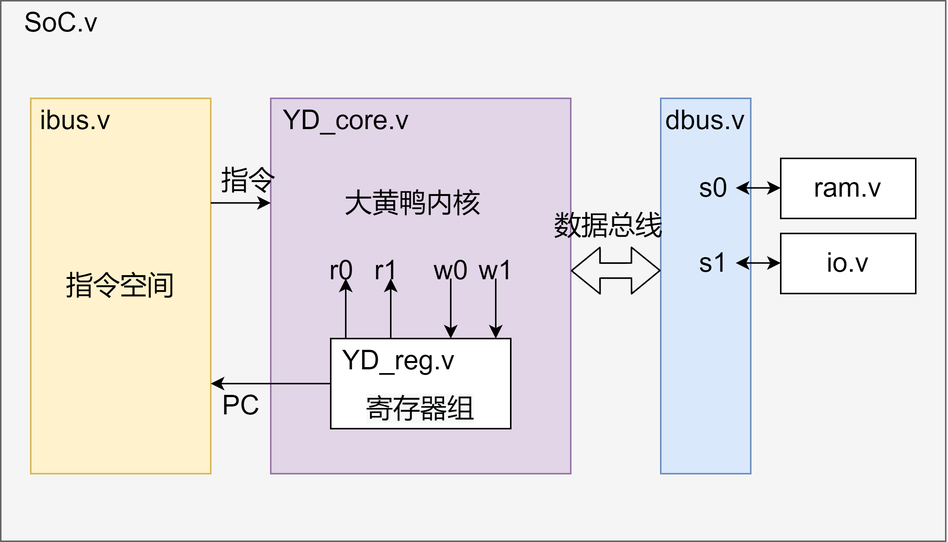
This is pic/png/soc.png from xiaowuzxc/Yduck-processor, a draw.io export, as it was before one commit. Source tidied: cells renumbered, new cells last; positions are measured from the earlier drawing's top-left corner, leaving out a move shared by most shapes. Its diagram source:
```xml
<mxGraphModel>
  <root>
    <mxCell id="0" />
    <mxCell id="1" parent="0" />
    <mxCell id="2" style="rounded=0;whiteSpace=wrap;html=1;fillColor=#f5f5f5;strokeColor=#666666;fontColor=#333333;" parent="1" vertex="1">
      <mxGeometry width="630" height="360" as="geometry" />
    </mxCell>
    <mxCell id="3" value="&lt;font style=&quot;font-size: 18px&quot;&gt;SoC.v&lt;/font&gt;" style="text;html=1;align=center;verticalAlign=middle;strokeColor=none;" parent="1" vertex="1">
      <mxGeometry x="10" y="5" width="60" height="20" as="geometry" />
    </mxCell>
    <mxCell id="4" value="指令空间" style="rounded=0;whiteSpace=wrap;html=1;fontSize=18;fillColor=#fff2cc;strokeColor=#d6b656;" parent="1" vertex="1">
      <mxGeometry x="20" y="65" width="120" height="250" as="geometry" />
    </mxCell>
    <mxCell id="5" style="rounded=0;whiteSpace=wrap;html=1;fontSize=18;fillColor=#dae8fc;strokeColor=#6c8ebf;" parent="1" vertex="1">
      <mxGeometry x="440" y="65" width="60" height="250" as="geometry" />
    </mxCell>
    <mxCell id="6" value="ibus.v" style="text;html=1;strokeColor=none;fillColor=none;align=center;verticalAlign=middle;whiteSpace=wrap;rounded=0;fontSize=18;" parent="1" vertex="1">
      <mxGeometry x="30" y="70" width="40" height="20" as="geometry" />
    </mxCell>
    <mxCell id="7" value="dbus.v" style="text;html=1;strokeColor=none;fillColor=none;align=center;verticalAlign=middle;whiteSpace=wrap;rounded=0;fontSize=18;" parent="1" vertex="1">
      <mxGeometry x="450" y="70" width="40" height="20" as="geometry" />
    </mxCell>
    <mxCell id="8" style="rounded=0;whiteSpace=wrap;html=1;fontSize=18;fillColor=#e1d5e7;strokeColor=#9673a6;" parent="1" vertex="1">
      <mxGeometry x="180" y="65" width="200" height="250" as="geometry" />
    </mxCell>
    <mxCell id="9" style="edgeStyle=orthogonalEdgeStyle;rounded=0;jettySize=auto;html=1;exitX=0;exitY=0.5;exitDx=0;exitDy=0;fontSize=18;entryX=1;entryY=0.76;entryDx=0;entryDy=0;entryPerimeter=0;" parent="1" edge="1" source="10" target="4">
      <mxGeometry relative="1" as="geometry" />
    </mxCell>
    <mxCell id="10" style="rounded=0;whiteSpace=wrap;html=1;fontSize=18;" parent="1" vertex="1">
      <mxGeometry x="220" y="225" width="120" height="60" as="geometry" />
    </mxCell>
    <mxCell id="11" value="大黄鸭内核" style="text;html=1;strokeColor=none;fillColor=none;align=center;verticalAlign=middle;whiteSpace=wrap;rounded=0;fontSize=18;" parent="1" vertex="1">
      <mxGeometry x="220" y="125" width="110" height="20" as="geometry" />
    </mxCell>
    <mxCell id="12" value="YD_core.v" style="text;html=1;align=center;verticalAlign=middle;strokeColor=none;fontSize=18;" parent="1" vertex="1">
      <mxGeometry x="180" y="65" width="100" height="30" as="geometry" />
    </mxCell>
    <mxCell id="13" value="YD_reg.v" style="text;html=1;align=center;verticalAlign=middle;strokeColor=none;fontSize=18;" parent="1" vertex="1">
      <mxGeometry x="220" y="225" width="90" height="30" as="geometry" />
    </mxCell>
    <mxCell id="14" value="&lt;span style=&quot;color: rgb(0, 0, 0); font-family: helvetica; font-size: 18px; font-style: normal; font-weight: 400; letter-spacing: normal; text-align: center; text-indent: 0px; text-transform: none; word-spacing: 0px; background-color: rgb(248, 249, 250); display: inline; float: none;&quot;&gt;寄存器组&lt;/span&gt;" style="text;whiteSpace=wrap;html=1;fontSize=18;" parent="1" vertex="1">
      <mxGeometry x="242" y="255" width="76" height="30" as="geometry" />
    </mxCell>
    <mxCell id="15" style="endArrow=classic;html=1;fontSize=18;" parent="1" edge="1">
      <mxGeometry relative="1" as="geometry">
        <mxPoint x="230" y="225" as="sourcePoint" />
        <mxPoint x="230" y="185" as="targetPoint" />
      </mxGeometry>
    </mxCell>
    <mxCell id="16" style="endArrow=classic;html=1;fontSize=18;" parent="1" edge="1">
      <mxGeometry relative="1" as="geometry">
        <mxPoint x="260" y="225" as="sourcePoint" />
        <mxPoint x="260" y="185" as="targetPoint" />
      </mxGeometry>
    </mxCell>
    <mxCell id="17" style="endArrow=classic;html=1;fontSize=18;" parent="1" edge="1">
      <mxGeometry relative="1" as="geometry">
        <mxPoint x="300" y="185" as="sourcePoint" />
        <mxPoint x="300" y="225" as="targetPoint" />
      </mxGeometry>
    </mxCell>
    <mxCell id="18" style="endArrow=classic;html=1;fontSize=18;" parent="1" edge="1">
      <mxGeometry relative="1" as="geometry">
        <mxPoint x="330" y="185" as="sourcePoint" />
        <mxPoint x="330" y="225" as="targetPoint" />
      </mxGeometry>
    </mxCell>
    <mxCell id="19" value="r0" style="text;html=1;align=center;verticalAlign=middle;strokeColor=none;fontSize=18;" parent="1" vertex="1">
      <mxGeometry x="212" y="165" width="30" height="30" as="geometry" />
    </mxCell>
    <mxCell id="20" value="r1" style="text;html=1;align=center;verticalAlign=middle;strokeColor=none;fontSize=18;" parent="1" vertex="1">
      <mxGeometry x="242" y="165" width="30" height="30" as="geometry" />
    </mxCell>
    <mxCell id="21" value="w0" style="text;html=1;align=center;verticalAlign=middle;strokeColor=none;fontSize=18;" parent="1" vertex="1">
      <mxGeometry x="280" y="165" width="40" height="30" as="geometry" />
    </mxCell>
    <mxCell id="22" value="w1" style="text;html=1;align=center;verticalAlign=middle;strokeColor=none;fontSize=18;" parent="1" vertex="1">
      <mxGeometry x="310" y="165" width="40" height="30" as="geometry" />
    </mxCell>
    <mxCell id="23" value="PC" style="text;html=1;align=center;verticalAlign=middle;strokeColor=none;fontSize=18;" parent="1" vertex="1">
      <mxGeometry x="140" y="255" width="40" height="30" as="geometry" />
    </mxCell>
    <mxCell id="24" style="endArrow=classic;html=1;fontSize=18;" parent="1" edge="1">
      <mxGeometry relative="1" as="geometry">
        <mxPoint x="140" y="134.7" as="sourcePoint" />
        <mxPoint x="180" y="134.7" as="targetPoint" />
      </mxGeometry>
    </mxCell>
    <mxCell id="25" value="指令" style="text;html=1;align=center;verticalAlign=middle;strokeColor=none;fontSize=18;" parent="1" vertex="1">
      <mxGeometry x="140" y="105" width="50" height="30" as="geometry" />
    </mxCell>
    <mxCell id="26" style="shape=flexArrow;endArrow=classic;startArrow=classic;html=1;fontSize=18;" parent="1" edge="1">
      <mxGeometry relative="1" as="geometry">
        <mxPoint x="380" y="179.8" as="sourcePoint" />
        <mxPoint x="440" y="179.7" as="targetPoint" />
      </mxGeometry>
    </mxCell>
    <mxCell id="27" value="数据总线" style="text;html=1;align=center;verticalAlign=middle;strokeColor=none;fontSize=18;" parent="1" vertex="1">
      <mxGeometry x="360" y="135" width="90" height="30" as="geometry" />
    </mxCell>
    <mxCell id="28" value="ram.v" style="rounded=0;whiteSpace=wrap;html=1;fontSize=18;" parent="1" vertex="1">
      <mxGeometry x="520" y="105" width="90" height="40" as="geometry" />
    </mxCell>
    <mxCell id="29" value="io.v" style="rounded=0;whiteSpace=wrap;html=1;fontSize=18;" parent="1" vertex="1">
      <mxGeometry x="520" y="155" width="90" height="40" as="geometry" />
    </mxCell>
    <mxCell id="30" style="endArrow=classic;html=1;fontSize=18;startArrow=classic;startFill=1;" parent="1" edge="1">
      <mxGeometry relative="1" as="geometry">
        <mxPoint x="490" y="124.7" as="sourcePoint" />
        <mxPoint x="520" y="124.7" as="targetPoint" />
      </mxGeometry>
    </mxCell>
    <mxCell id="31" style="endArrow=classic;html=1;fontSize=18;startArrow=classic;startFill=1;" parent="1" edge="1">
      <mxGeometry relative="1" as="geometry">
        <mxPoint x="490" y="174.7" as="sourcePoint" />
        <mxPoint x="520" y="174.7" as="targetPoint" />
      </mxGeometry>
    </mxCell>
    <mxCell id="32" value="s0" style="text;html=1;align=center;verticalAlign=middle;strokeColor=none;fontSize=18;" parent="1" vertex="1">
      <mxGeometry x="460" y="110" width="30" height="30" as="geometry" />
    </mxCell>
    <mxCell id="33" value="s1" style="text;html=1;align=center;verticalAlign=middle;strokeColor=none;fontSize=18;" parent="1" vertex="1">
      <mxGeometry x="460" y="160" width="30" height="30" as="geometry" />
    </mxCell>
  </root>
</mxGraphModel>
```
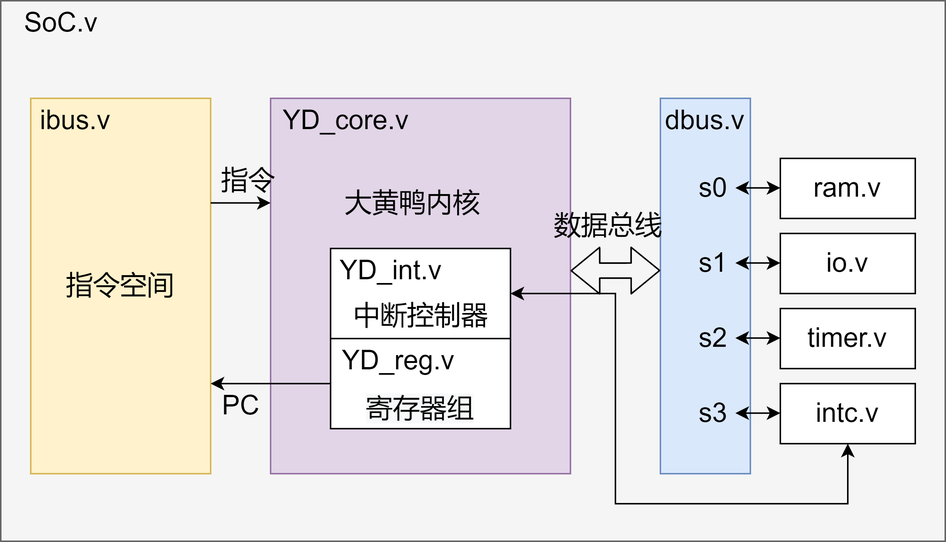
Above is the later version.

Change to the diagram source:
```diff
@@ -41,42 +41,6 @@
     <mxCell id="14" value="&lt;span style=&quot;color: rgb(0, 0, 0); font-family: helvetica; font-size: 18px; font-style: normal; font-weight: 400; letter-spacing: normal; text-align: center; text-indent: 0px; text-transform: none; word-spacing: 0px; background-color: rgb(248, 249, 250); display: inline; float: none;&quot;&gt;寄存器组&lt;/span&gt;" style="text;whiteSpace=wrap;html=1;fontSize=18;" parent="1" vertex="1">
       <mxGeometry x="242" y="255" width="76" height="30" as="geometry" />
     </mxCell>
-    <mxCell id="15" style="endArrow=classic;html=1;fontSize=18;" parent="1" edge="1">
-      <mxGeometry relative="1" as="geometry">
-        <mxPoint x="230" y="225" as="sourcePoint" />
-        <mxPoint x="230" y="185" as="targetPoint" />
-      </mxGeometry>
-    </mxCell>
-    <mxCell id="16" style="endArrow=classic;html=1;fontSize=18;" parent="1" edge="1">
-      <mxGeometry relative="1" as="geometry">
-        <mxPoint x="260" y="225" as="sourcePoint" />
-        <mxPoint x="260" y="185" as="targetPoint" />
-      </mxGeometry>
-    </mxCell>
-    <mxCell id="17" style="endArrow=classic;html=1;fontSize=18;" parent="1" edge="1">
-      <mxGeometry relative="1" as="geometry">
-        <mxPoint x="300" y="185" as="sourcePoint" />
-        <mxPoint x="300" y="225" as="targetPoint" />
-      </mxGeometry>
-    </mxCell>
-    <mxCell id="18" style="endArrow=classic;html=1;fontSize=18;" parent="1" edge="1">
-      <mxGeometry relative="1" as="geometry">
-        <mxPoint x="330" y="185" as="sourcePoint" />
-        <mxPoint x="330" y="225" as="targetPoint" />
-      </mxGeometry>
-    </mxCell>
-    <mxCell id="19" value="r0" style="text;html=1;align=center;verticalAlign=middle;strokeColor=none;fontSize=18;" parent="1" vertex="1">
-      <mxGeometry x="212" y="165" width="30" height="30" as="geometry" />
-    </mxCell>
-    <mxCell id="20" value="r1" style="text;html=1;align=center;verticalAlign=middle;strokeColor=none;fontSize=18;" parent="1" vertex="1">
-      <mxGeometry x="242" y="165" width="30" height="30" as="geometry" />
-    </mxCell>
-    <mxCell id="21" value="w0" style="text;html=1;align=center;verticalAlign=middle;strokeColor=none;fontSize=18;" parent="1" vertex="1">
-      <mxGeometry x="280" y="165" width="40" height="30" as="geometry" />
-    </mxCell>
-    <mxCell id="22" value="w1" style="text;html=1;align=center;verticalAlign=middle;strokeColor=none;fontSize=18;" parent="1" vertex="1">
-      <mxGeometry x="310" y="165" width="40" height="30" as="geometry" />
-    </mxCell>
     <mxCell id="23" value="PC" style="text;html=1;align=center;verticalAlign=middle;strokeColor=none;fontSize=18;" parent="1" vertex="1">
       <mxGeometry x="140" y="255" width="40" height="30" as="geometry" />
     </mxCell>
@@ -122,5 +86,47 @@
     <mxCell id="33" value="s1" style="text;html=1;align=center;verticalAlign=middle;strokeColor=none;fontSize=18;" parent="1" vertex="1">
       <mxGeometry x="460" y="160" width="30" height="30" as="geometry" />
     </mxCell>
+    <mxCell id="34" value="timer.v" style="rounded=0;whiteSpace=wrap;html=1;fontSize=18;" parent="1" vertex="1">
+      <mxGeometry x="520" y="205" width="90" height="40" as="geometry" />
+    </mxCell>
+    <mxCell id="35" value="intc.v" style="rounded=0;whiteSpace=wrap;html=1;fontSize=18;" parent="1" vertex="1">
+      <mxGeometry x="520" y="255" width="90" height="40" as="geometry" />
+    </mxCell>
+    <mxCell id="36" style="endArrow=classic;html=1;fontSize=18;startArrow=classic;startFill=1;" parent="1" edge="1">
+      <mxGeometry relative="1" as="geometry">
+        <mxPoint x="490" y="224.7" as="sourcePoint" />
+        <mxPoint x="520" y="224.7" as="targetPoint" />
+      </mxGeometry>
+    </mxCell>
+    <mxCell id="37" value="s2" style="text;html=1;align=center;verticalAlign=middle;strokeColor=none;fontSize=18;" parent="1" vertex="1">
+      <mxGeometry x="460" y="210" width="30" height="30" as="geometry" />
+    </mxCell>
+    <mxCell id="38" style="endArrow=classic;html=1;fontSize=18;startArrow=classic;startFill=1;" parent="1" edge="1">
+      <mxGeometry relative="1" as="geometry">
+        <mxPoint x="490" y="274.7" as="sourcePoint" />
+        <mxPoint x="520" y="274.7" as="targetPoint" />
+      </mxGeometry>
+    </mxCell>
+    <mxCell id="39" value="s3" style="text;html=1;align=center;verticalAlign=middle;strokeColor=none;fontSize=18;" parent="1" vertex="1">
+      <mxGeometry x="460" y="260" width="30" height="30" as="geometry" />
+    </mxCell>
+    <mxCell id="40" style="edgeStyle=orthogonalEdgeStyle;rounded=0;jettySize=auto;html=1;exitX=1;exitY=0.5;exitDx=0;exitDy=0;entryX=0.5;entryY=1;entryDx=0;entryDy=0;fontSize=18;startArrow=classic;startFill=1;" parent="1" edge="1" source="41" target="35">
+      <mxGeometry relative="1" as="geometry">
+        <Array as="points">
+          <mxPoint x="410" y="195" />
+          <mxPoint x="410" y="335" />
+          <mxPoint x="565" y="335" />
+        </Array>
+      </mxGeometry>
+    </mxCell>
+    <mxCell id="41" style="rounded=0;whiteSpace=wrap;html=1;" parent="1" vertex="1">
+      <mxGeometry x="220" y="165" width="120" height="60" as="geometry" />
+    </mxCell>
+    <mxCell id="42" value="YD_int.v" style="text;html=1;align=center;verticalAlign=middle;strokeColor=none;fillColor=none;fontSize=18;" parent="1" vertex="1">
+      <mxGeometry x="220" y="165" width="80" height="30" as="geometry" />
+    </mxCell>
+    <mxCell id="43" value="中断控制器" style="text;html=1;align=center;verticalAlign=middle;strokeColor=none;fillColor=none;fontSize=18;" parent="1" vertex="1">
+      <mxGeometry x="225" y="195" width="110" height="30" as="geometry" />
+    </mxCell>
   </root>
 </mxGraphModel>
```
